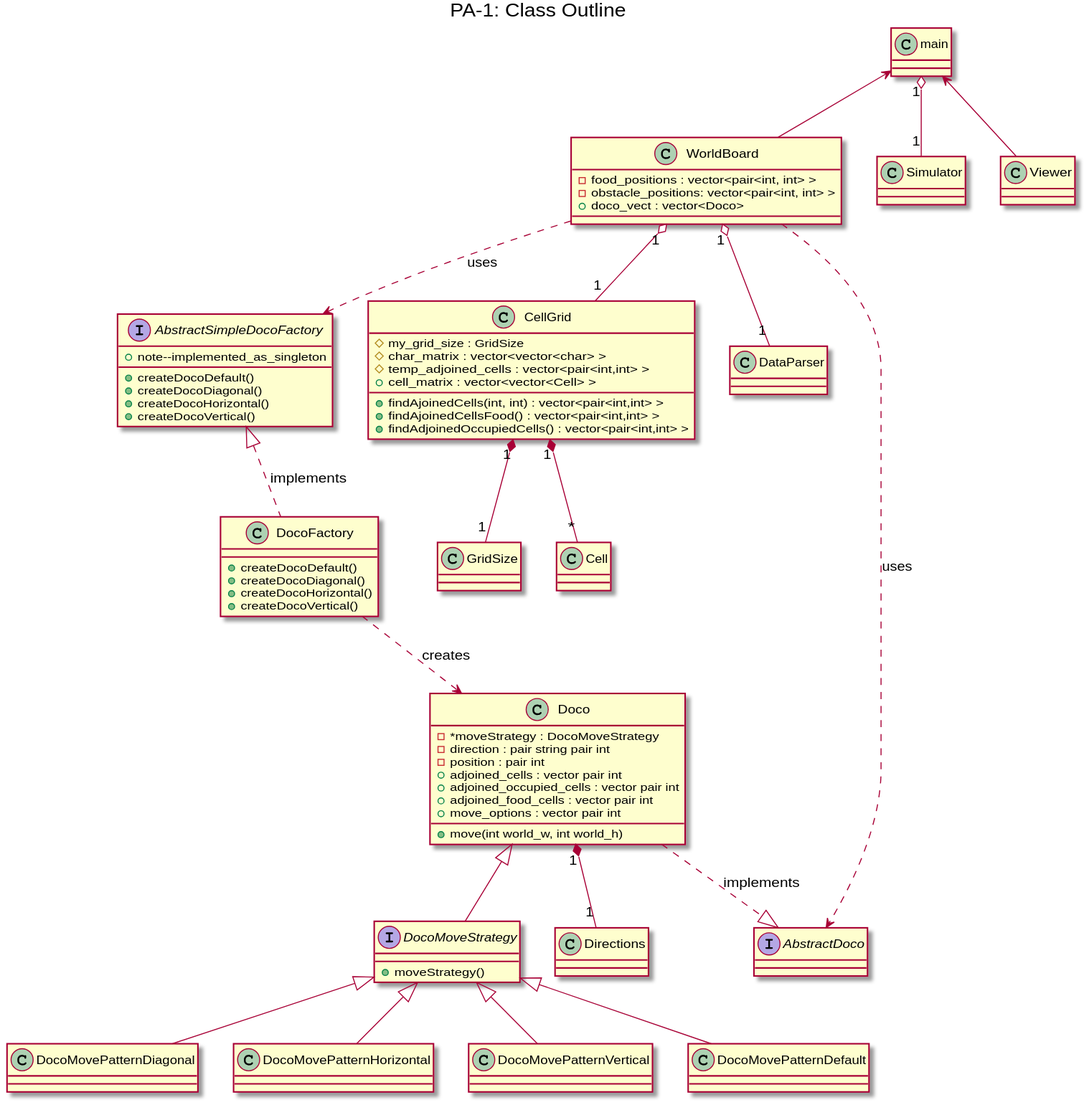
Above: ClassPrelimDiagramUML.svg in robotcorner/CS-307-DOCO-SIM-Semester-Project-Cpp (PlantUML), before the change.
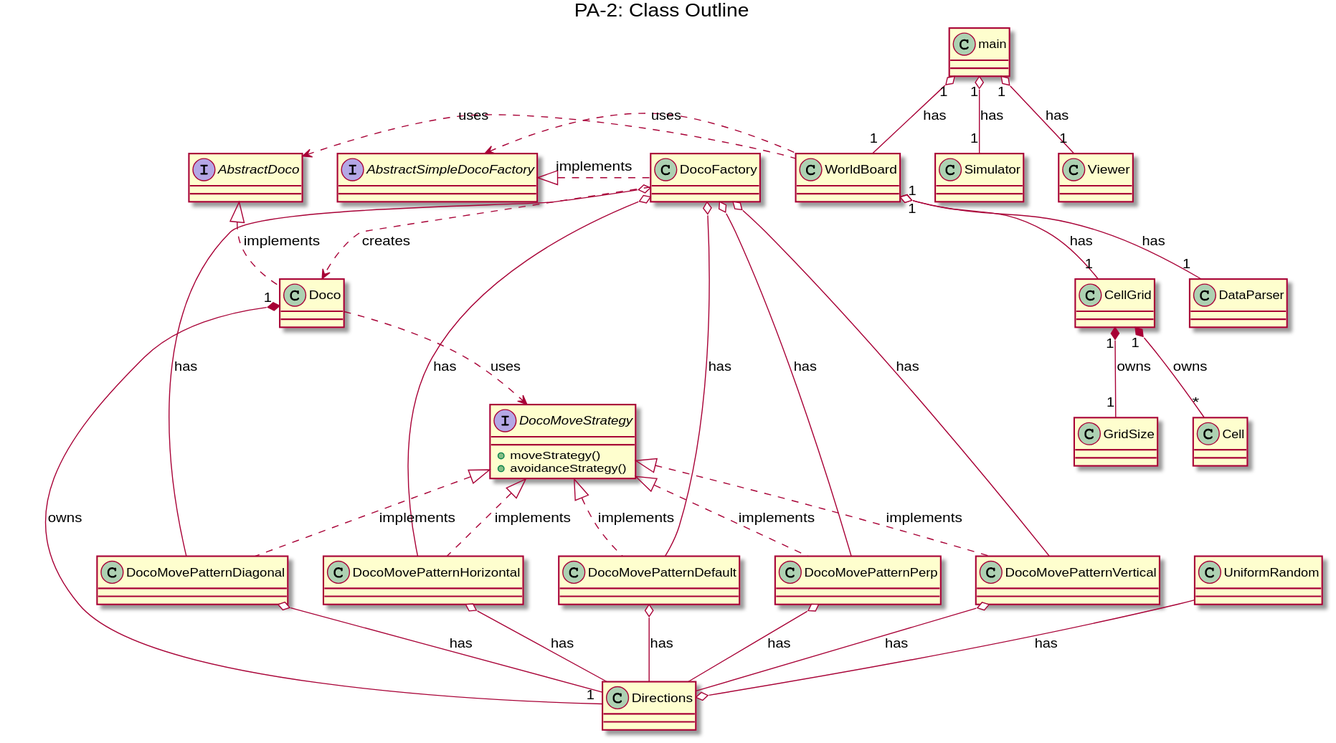
Later version of the same file.

Commit message:
Updating Class Outline

Change to the diagram source:
```diff
@@ -1,90 +1,128 @@
 @startuml
-title PA-1: Class Outline
-
+title PA-2: Class Outline
 
 interface DocoMoveStrategy
 {
     +moveStrategy()
+    +avoidanceStrategy()
 }
 
 class Doco
 {
-    -*moveStrategy : DocoMoveStrategy
-    -direction : pair string pair int
-    -position : pair int
-    +adjoined_cells : vector pair int
-    +adjoined_occupied_cells : vector pair int
-    +adjoined_food_cells : vector pair int
-    +move_options : vector pair int
-    +move(int world_w, int world_h)
+
 }
 
 interface AbstractSimpleDocoFactory
 {
-    +note--implemented_as_singleton
-    +createDocoDefault()
-    +createDocoDiagonal()
-    +createDocoHorizontal()
-    +createDocoVertical()
+
 }
 
 class CellGrid
 {
-    #my_grid_size : GridSize
-    #char_matrix :  vector<vector<char> >
-    #temp_adjoined_cells :  vector<pair<int,int> >
-    +cell_matrix : vector<vector<Cell> >
-    +findAjoinedCells(int, int) : vector<pair<int,int> >
-    +findAjoinedCellsFood() :  vector<pair<int,int> >
-    +findAdjoinedOccupiedCells() : vector<pair<int,int> >
+
 }
 
 class WorldBoard
 {
-    -food_positions : vector<pair<int, int> >
-    -obstacle_positions: vector<pair<int, int> >
-    +doco_vect : vector<Doco>
+
 }
 
-class main
-class DataParser
-class Directions
-class Simulator
-class GridSize
-class Cell
-class Viewer
+class main {
+
+}
+
+class DataParser {
+
+}
+
+class Directions {
+
+}
+
+class Simulator {
+
+}
+
+class GridSize {
+
+}
+
+class Cell {
+
+}
+
+class Viewer {
+
+}
+
 class DocoFactory {
-    +createDocoDefault()
-    +createDocoDiagonal()
-    +createDocoHorizontal()
-    +createDocoVertical()
+
 }
-interface AbstractDoco
-class DocoMovePatternDiagonal
-class DocoMovePatternHorizontal
-class DocoMovePatternVertical
-class DocoMovePatternDefault
 
-CellGrid "1" *-down- "*" Cell
-CellGrid "1" *-down- "1" GridSize
-WorldBoard "1" o-down- "1" CellGrid
-WorldBoard "1" o-- "1" DataParser
-main "1" o-- "1" Simulator
+interface AbstractDoco {
 
-Doco "1" *-- "1" Directions
-Doco ..|> AbstractDoco : implements
-class DocoMovePatternDiagonal extends DocoMoveStrategy
-class DocoMovePatternHorizontal extends DocoMoveStrategy
-class DocoMovePatternVertical extends DocoMoveStrategy
-class DocoMovePatternDefault extends DocoMoveStrategy
-interface DocoMoveStrategy extends Doco
-AbstractSimpleDocoFactory <|.. DocoFactory : implements
+}
+
+class DocoMovePatternDiagonal {
+
+}
+
+class DocoMovePatternHorizontal {
+
+}
+
+class DocoMovePatternVertical {
+
+}
+
+class DocoMovePatternDefault {
+
+}
+
+class DocoMovePatternPerp {
+
+}
+
+class UniformRandom
+{
+
+}
+
+CellGrid "1" *-down- "*" Cell : owns
+CellGrid "1" *-down- "1" GridSize : owns
+WorldBoard "1" o-down- "1" CellGrid : has
+WorldBoard "1" o-down- "1" DataParser : has
+
+DocoMovePatternDiagonal --o DocoFactory : has
+DocoMovePatternHorizontal --o DocoFactory : has
+DocoMovePatternVertical --o DocoFactory : has
+DocoMovePatternPerp --o DocoFactory : has
+DocoMovePatternDefault --o DocoFactory : has
+
+DocoMovePatternDefault .up.|> DocoMoveStrategy : implements
+DocoMovePatternDiagonal .up.|> DocoMoveStrategy : implements
+DocoMovePatternHorizontal .up.|> DocoMoveStrategy : implements
+DocoMovePatternVertical .up.|> DocoMoveStrategy : implements
+DocoMovePatternPerp .up.|> DocoMoveStrategy : implements
+
+Doco .down.> DocoMoveStrategy : uses
+
+AbstractSimpleDocoFactory <|.right. DocoFactory : implements
 DocoFactory ..> Doco : creates
+Doco "1" *-left- "1" Directions : owns
+Doco .left.|> AbstractDoco : implements
+WorldBoard .left.> AbstractDoco : uses
+WorldBoard .left.> AbstractSimpleDocoFactory : uses
 
-WorldBoard ..> AbstractDoco : uses
-WorldBoard ..> AbstractSimpleDocoFactory : uses
+DocoMovePatternDiagonal o-- Directions : has
+DocoMovePatternHorizontal o-- Directions : has
+DocoMovePatternVertical o-- Directions : has
+DocoMovePatternPerp o-- Directions : has
+DocoMovePatternDefault o-- Directions : has
 
+UniformRandom --o Directions : has
 
-main <-- Viewer
-main <-- WorldBoard
+main "1" o-down- "1" Simulator : has
+main "1" o-down- "1" Viewer : has
+main "1" o-down- "1" WorldBoard : has
 @enduml
```
